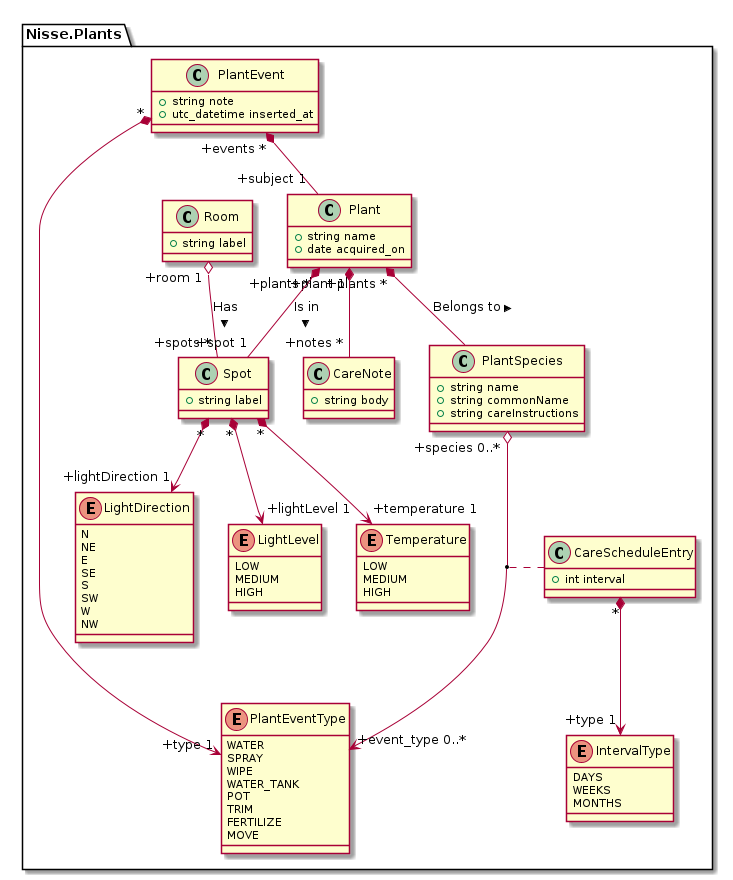
Above: docs/model.png in ilkka/nisse (PlantUML), before the change.
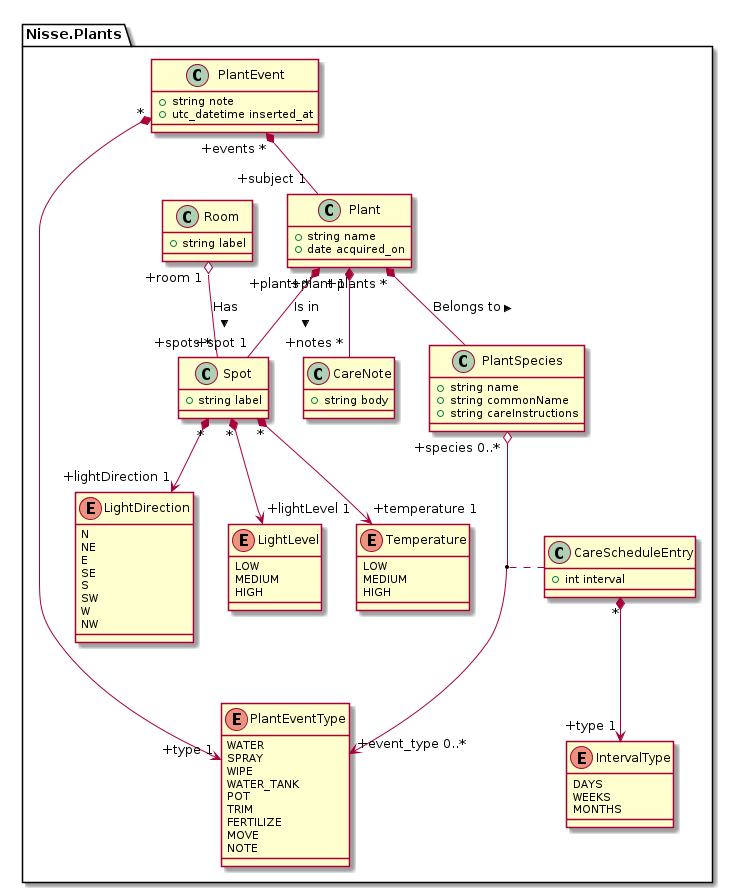
Above is the later version.

Commit message:
Update rendered PlantUML diagrams

The edit, as a diff of the source:
```diff
@@ -87,6 +87,7 @@
     TRIM
     FERTILIZE
     MOVE
+    NOTE
   }
 
   PlantEvent "*" *--> "+type 1" PlantEventType
```
